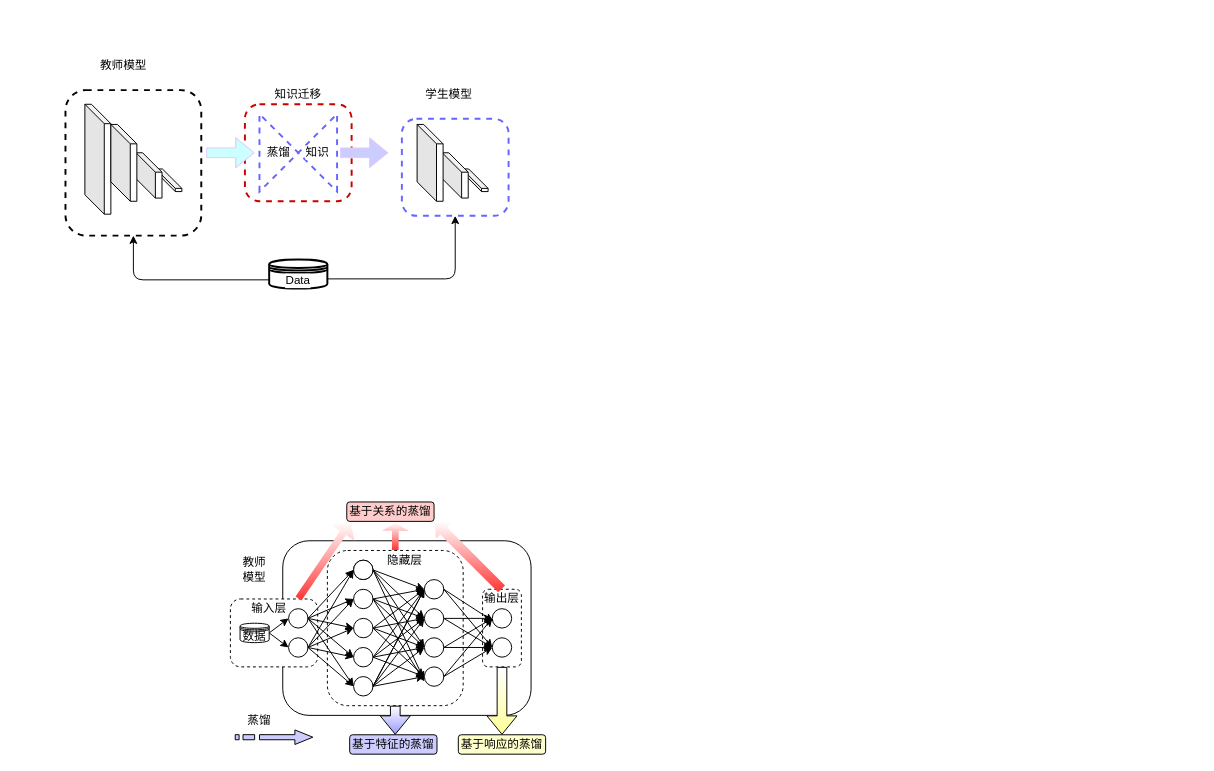
Noeverer/Mindmap keeps this draw.io diagram as generic-KD.drawio. Above is the earlier version. Source tidied: cells renumbered, new cells numbered last; positions are measured from the earlier drawing's top-left corner, leaving out a move shared by most shapes. Both pictures are drawn from the tidied source at 97%, with x=0, y=0 at pixel (16, 16).
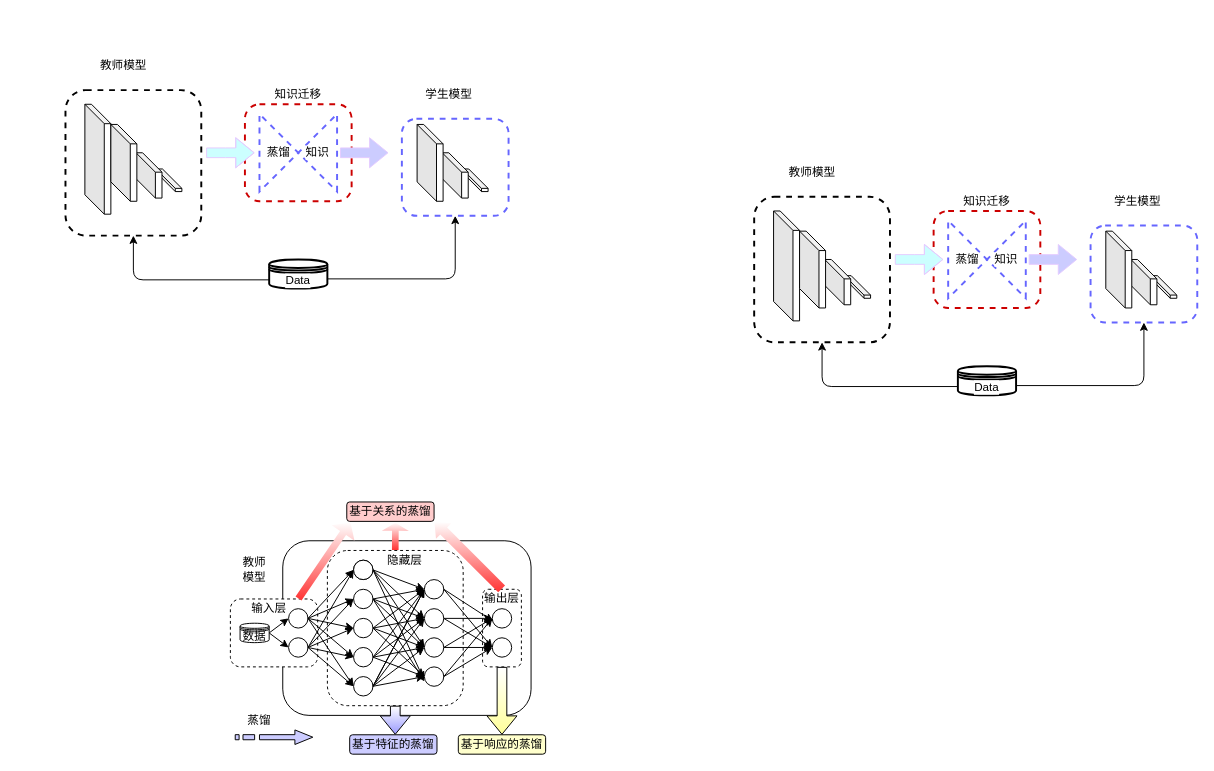
The same page after the edit.

The edit, as a diff of the source:
```diff
@@
     <mxCell id="5" style="swimlane;html=1;startSize=20;horizontal=1;containerType=tree;glass=0;dashed=1;strokeColor=none;fillColor=none;" parent="1" vertex="1">
-      <mxGeometry width="530" height="310" as="geometry" />
+      <mxGeometry width="580" height="320" as="geometry" />
     </mxCell>
@@
+    <mxCell id="99" style="group;" parent="1" vertex="1">
+      <mxGeometry x="760" y="150" width="456.8" height="240" as="geometry" />
+    </mxCell>
+    <mxCell id="100" style="rounded=1;whiteSpace=wrap;html=1;dashed=1;strokeWidth=2;strokeColor=#6666FF;" parent="99" vertex="1">
+      <mxGeometry x="346.8" y="65" width="110" height="100" as="geometry" />
+    </mxCell>
+    <mxCell id="101" style="rounded=1;whiteSpace=wrap;html=1;dashed=1;strokeWidth=2;strokeColor=#CC0000;" parent="99" vertex="1">
+      <mxGeometry x="185" y="50" width="110" height="100" as="geometry" />
+    </mxCell>
+    <mxCell id="102" style="shape=collate;html=1;dashed=1;strokeColor=#6666FF;strokeWidth=2;rotation=-90;whiteSpace=wrap;labelBorderColor=none;labelBackgroundColor=#ffffff;" parent="99" vertex="1">
+      <mxGeometry x="200" y="60" width="80" height="80" as="geometry" />
+    </mxCell>
+    <mxCell id="103" value="蒸馏" style="text;html=1;strokeColor=none;fillColor=none;align=center;verticalAlign=middle;whiteSpace=wrap;rounded=0;dashed=1;labelBackgroundColor=#ffffff;" parent="99" vertex="1">
+      <mxGeometry x="200" y="90" width="40" height="20" as="geometry" />
+    </mxCell>
+    <mxCell id="104" value="知识" style="text;html=1;strokeColor=none;fillColor=none;align=center;verticalAlign=middle;whiteSpace=wrap;rounded=0;dashed=1;labelBackgroundColor=#ffffff;" parent="99" vertex="1">
+      <mxGeometry x="240" y="90" width="40" height="20" as="geometry" />
+    </mxCell>
+    <mxCell id="105" value="教师模型" style="text;html=1;strokeColor=none;fillColor=none;align=center;verticalAlign=middle;whiteSpace=wrap;rounded=0;dashed=1;labelBackgroundColor=#ffffff;" parent="99" vertex="1">
+      <mxGeometry x="35" width="50" height="20" as="geometry" />
+    </mxCell>
+    <mxCell id="106" value="知识迁移" style="text;html=1;strokeColor=none;fillColor=none;align=center;verticalAlign=middle;whiteSpace=wrap;rounded=0;dashed=1;labelBackgroundColor=#ffffff;" parent="99" vertex="1">
+      <mxGeometry x="215" y="30" width="50" height="20" as="geometry" />
+    </mxCell>
+    <mxCell id="107" value="Data" style="shape=datastore;whiteSpace=wrap;html=1;labelBackgroundColor=#ffffff;strokeColor=#000000;strokeWidth=2;fillColor=none;" parent="99" vertex="1">
+      <mxGeometry x="210" y="210" width="60" height="30" as="geometry" />
+    </mxCell>
+    <mxCell id="108" style="edgeStyle=segmentEdgeStyle;endArrow=classic;html=1;strokeColor=#000000;fillColor=#CCCCFF;entryX=0.5;entryY=1;entryDx=0;entryDy=0;" parent="99" edge="1" target="100">
+      <mxGeometry relative="1" as="geometry">
+        <mxPoint x="270" y="230" as="sourcePoint" />
+      </mxGeometry>
+    </mxCell>
+    <mxCell id="109" value="学生模型" style="text;html=1;strokeColor=none;fillColor=none;align=center;verticalAlign=middle;whiteSpace=wrap;rounded=0;labelBackgroundColor=#ffffff;" parent="99" vertex="1">
+      <mxGeometry x="362.5" y="30" width="65" height="20" as="geometry" />
+    </mxCell>
+    <mxCell id="110" style="shape=cube;whiteSpace=wrap;html=1;boundedLbl=1;backgroundOutline=1;darkOpacity=0.05;darkOpacity2=0.1;" parent="99" vertex="1">
+      <mxGeometry x="408.9" y="116.7" width="26.8" height="23.3" as="geometry" />
+    </mxCell>
+    <mxCell id="111" style="shape=cube;whiteSpace=wrap;html=1;boundedLbl=1;backgroundOutline=1;darkOpacity=0.05;darkOpacity2=0.1;" parent="99" vertex="1">
+      <mxGeometry x="388.4" y="100" width="26.8" height="46.7" as="geometry" />
+    </mxCell>
+    <mxCell id="112" style="shape=cube;whiteSpace=wrap;html=1;boundedLbl=1;backgroundOutline=1;darkOpacity=0.05;darkOpacity2=0.1;" parent="99" vertex="1">
+      <mxGeometry x="362.5" y="70.8" width="26.8" height="79.2" as="geometry" />
+    </mxCell>
+    <mxCell id="113" style="rounded=1;whiteSpace=wrap;html=1;dashed=1;strokeWidth=2;" parent="99" vertex="1">
+      <mxGeometry y="35.4" width="140" height="150" as="geometry" />
+    </mxCell>
+    <mxCell id="114" style="edgeStyle=segmentEdgeStyle;endArrow=classic;html=1;strokeColor=#000000;fillColor=#CCCCFF;entryX=0.5;entryY=1;entryDx=0;entryDy=0;exitX=0;exitY=0.7;exitDx=0;exitDy=0;" parent="99" edge="1" source="107" target="113">
+      <mxGeometry relative="1" as="geometry" />
+    </mxCell>
+    <mxCell id="115" style="shape=flexArrow;endArrow=classic;html=1;exitX=1;exitY=0.5;exitDx=0;exitDy=0;strokeColor=#E5CCFF;fillColor=#CCFFFF;" parent="99" edge="1">
+      <mxGeometry relative="1" as="geometry">
+        <mxPoint x="145" y="100" as="sourcePoint" />
+        <mxPoint x="195" y="100" as="targetPoint" />
+        <Array as="points">
+          <mxPoint x="165" y="100" />
+        </Array>
+      </mxGeometry>
+    </mxCell>
+    <mxCell id="116" style="shape=flexArrow;endArrow=classic;html=1;strokeColor=#E5CCFF;exitX=0.5;exitY=1;exitDx=0;exitDy=0;fillColor=#CCCCFF;" parent="99" edge="1">
+      <mxGeometry relative="1" as="geometry">
+        <mxPoint x="283" y="100" as="sourcePoint" />
+        <mxPoint x="333" y="100" as="targetPoint" />
+      </mxGeometry>
+    </mxCell>
+    <mxCell id="117" style="shape=cube;whiteSpace=wrap;html=1;boundedLbl=1;backgroundOutline=1;darkOpacity=0.05;darkOpacity2=0.1;" parent="99" vertex="1">
+      <mxGeometry x="93.2" y="116.7" width="26.8" height="23.3" as="geometry" />
+    </mxCell>
+    <mxCell id="118" style="shape=cube;whiteSpace=wrap;html=1;boundedLbl=1;backgroundOutline=1;darkOpacity=0.05;darkOpacity2=0.1;" parent="99" vertex="1">
+      <mxGeometry x="72.7" y="100" width="26.8" height="46.7" as="geometry" />
+    </mxCell>
+    <mxCell id="119" style="shape=cube;whiteSpace=wrap;html=1;boundedLbl=1;backgroundOutline=1;darkOpacity=0.05;darkOpacity2=0.1;" parent="99" vertex="1">
+      <mxGeometry x="20" y="50" width="26.8" height="113.3" as="geometry" />
+    </mxCell>
+    <mxCell id="120" style="shape=cube;whiteSpace=wrap;html=1;boundedLbl=1;backgroundOutline=1;darkOpacity=0.05;darkOpacity2=0.1;" parent="99" vertex="1">
+      <mxGeometry x="46.8" y="70.8" width="26.8" height="79.2" as="geometry" />
+    </mxCell>
```
